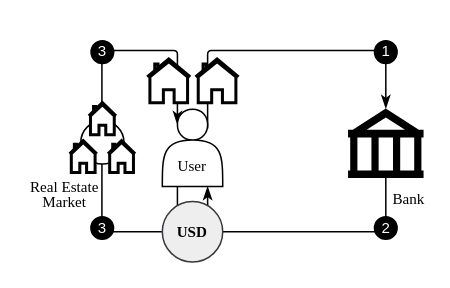
This is diagrams/financial_leverage.drawio from lyc0603/tvl-measurement, a draw.io file, before an edit. Source tidied: cells renumbered, new cells numbered last; positions are measured from the earlier drawing's top-left corner, leaving out a move shared by most shapes. Both pictures are drawn from the tidied source at 151%, with x=0, y=0 at pixel (26, 41).
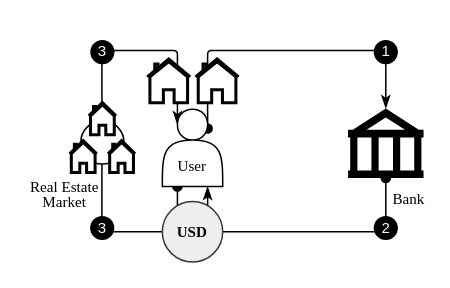
The same diagram, later.

The change refers to these unchanged cells:
```xml
<mxCell id="4" value="&lt;font style=&quot;font-size: 10px;&quot;&gt;&lt;br&gt;&lt;font style=&quot;font-size: 10px;&quot;&gt;&lt;br&gt;User&lt;/font&gt;&lt;/font&gt;" style="shape=actor;whiteSpace=wrap;html=1;fontSize=10;fontFamily=Times New Roman;verticalAlign=middle;" parent="1" vertex="1">
  <mxGeometry x="90" y="44.8" width="40" height="51.2" as="geometry" />
</mxCell>
<mxCell id="9" value="&lt;font face=&quot;Times New Roman&quot; style=&quot;font-size: 10px;&quot;&gt;&amp;nbsp; &amp;nbsp; &amp;nbsp; &amp;nbsp; &amp;nbsp; &amp;nbsp; Bank&lt;/font&gt;" style="shape=mxgraph.signs.travel.bank;html=1;fillColor=#000000;strokeColor=none;verticalLabelPosition=bottom;verticalAlign=top;align=center;" parent="1" vertex="1">
  <mxGeometry x="213" y="44.4" width="50" height="46" as="geometry" />
</mxCell>
```

The edit, as a diff of the source:
```diff
@@
-    <mxCell id="2" style="edgeStyle=orthogonalEdgeStyle;rounded=1;jettySize=auto;html=1;exitX=0.75;exitY=0.25;exitDx=0;exitDy=0;entryX=0.5;entryY=0;entryDx=0;entryDy=0;entryPerimeter=0;endArrow=classicThin;endFill=1;arcSize=5;fillColor=#d80073;strokeColor=#000000;exitPerimeter=0;" parent="1" edge="1" source="4" target="9">
+    <mxCell id="2" style="edgeStyle=orthogonalEdgeStyle;rounded=1;jettySize=auto;html=1;exitX=0.75;exitY=0.25;exitDx=0;exitDy=0;entryX=0.5;entryY=0;entryDx=0;entryDy=0;entryPerimeter=0;endArrow=classicThin;endFill=1;arcSize=5;fillColor=#d80073;strokeColor=#000000;exitPerimeter=0;startArrow=oval;startFill=1;" parent="1" edge="1" source="4" target="9">
       <mxGeometry relative="1" as="geometry">
         <Array as="points">
           <mxPoint x="120" y="6" />
           <mxPoint x="238" y="6" />
         </Array>
       </mxGeometry>
     </mxCell>
-    <mxCell id="3" style="edgeStyle=orthogonalEdgeStyle;rounded=1;orthogonalLoop=1;jettySize=auto;html=1;exitX=0.25;exitY=1;exitDx=0;exitDy=0;entryX=0.25;entryY=0.2;entryDx=0;entryDy=0;entryPerimeter=0;endArrow=classicThin;endFill=1;arcSize=5;strokeColor=#000000;" parent="1" edge="1" source="4" target="4">
+    <mxCell id="3" style="edgeStyle=orthogonalEdgeStyle;rounded=1;orthogonalLoop=1;jettySize=auto;html=1;exitX=0.25;exitY=1;exitDx=0;exitDy=0;entryX=0.25;entryY=0.2;entryDx=0;entryDy=0;entryPerimeter=0;endArrow=classicThin;endFill=1;arcSize=5;strokeColor=#000000;startArrow=oval;startFill=1;" parent="1" edge="1" source="4" target="4">
       <mxGeometry relative="1" as="geometry">
         <Array as="points">
           <mxPoint x="100" y="126" />
           <mxPoint x="50" y="126" />
           <mxPoint x="50" y="6" />
           <mxPoint x="100" y="6" />
         </Array>
       </mxGeometry>
     </mxCell>
@@
-    <mxCell id="5" style="edgeStyle=orthogonalEdgeStyle;rounded=1;jettySize=auto;html=1;exitX=0.5;exitY=1;exitDx=0;exitDy=0;exitPerimeter=0;entryX=0.75;entryY=1;entryDx=0;entryDy=0;endArrow=classicThin;endFill=1;arcSize=5;fillColor=#1ba1e2;strokeColor=#000000;" parent="1" edge="1" target="4">
+    <mxCell id="5" style="edgeStyle=orthogonalEdgeStyle;rounded=1;jettySize=auto;html=1;exitX=0.5;exitY=1;exitDx=0;exitDy=0;exitPerimeter=0;entryX=0.75;entryY=1;entryDx=0;entryDy=0;endArrow=classicThin;endFill=1;arcSize=5;fillColor=#1ba1e2;strokeColor=#000000;startArrow=oval;startFill=1;" parent="1" edge="1" target="4">
       <mxGeometry relative="1" as="geometry">
         <mxPoint x="238" y="90.4" as="sourcePoint" />
         <Array as="points">
           <mxPoint x="238" y="126" />
           <mxPoint x="120" y="126" />
         </Array>
       </mxGeometry>
     </mxCell>
```
